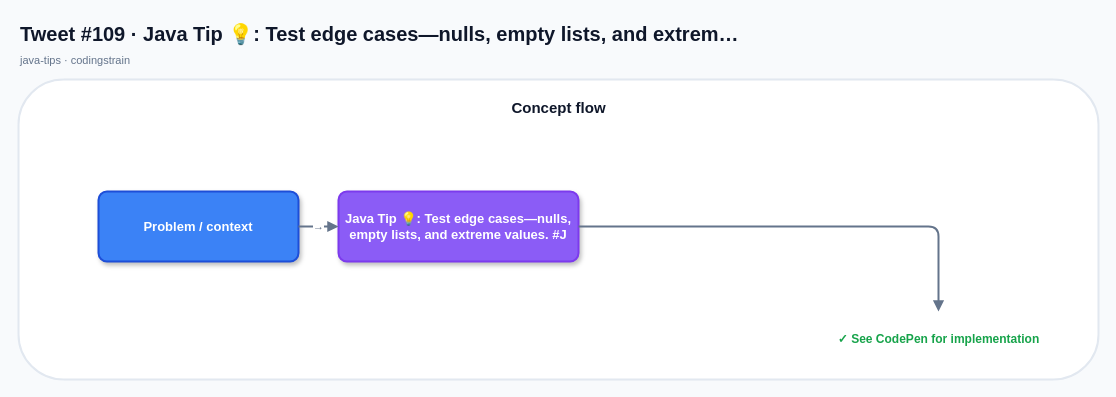
The draw.io diagram x-posts-examples/generated-x-posts/drawio/tweet-109.drawio in mcasari/codingstrain, before the edit. Source tidied: cells renumbered, new cells numbered last; positions are measured from the earlier drawing's top-left corner, leaving out a move shared by most shapes. Both pictures are drawn from the tidied source at 100%, with x=0, y=0 at pixel (18, 17).
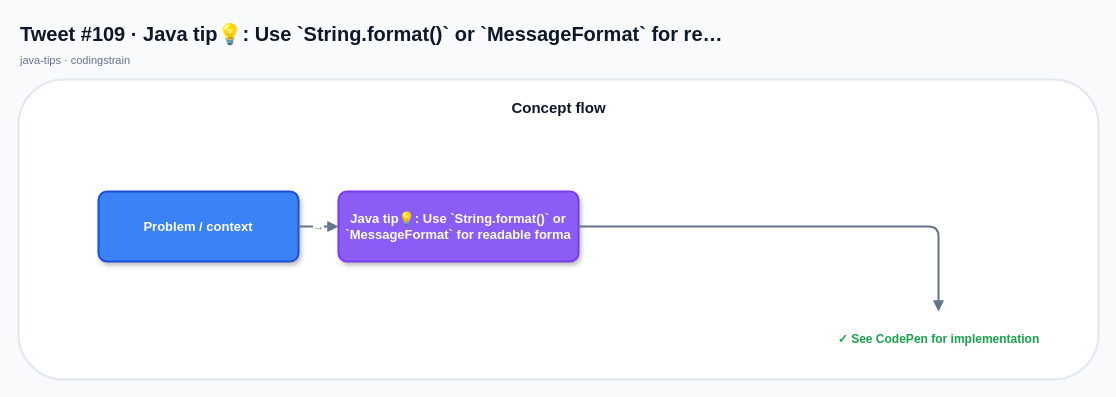
The same page after the edit.

The edit, as a diff of the source:
```diff
@@
 <mxGraphModel background="#F8FAFC">
   <root>
     <mxCell id="0" />
     <mxCell id="1" parent="0" />
-    <mxCell id="2" value="Tweet #109 · Java Tip 💡: Test edge cases—nulls, empty lists, and extrem…" style="text;html=1;strokeColor=none;fillColor=none;align=left;verticalAlign=middle;fontSize=20;fontStyle=1;fontColor=#0F172A;" parent="1" vertex="1">
+    <mxCell id="2" value="Tweet #109 · Java tip💡: Use `String.format()` or `MessageFormat` for re…" style="text;html=1;strokeColor=none;fillColor=none;align=left;verticalAlign=middle;fontSize=20;fontStyle=1;fontColor=#0F172A;" parent="1" vertex="1">
       <mxGeometry width="760" height="32" as="geometry" />
     </mxCell>
     <mxCell id="3" value="java-tips · codingstrain" style="text;html=1;strokeColor=none;fillColor=none;align=left;verticalAlign=middle;fontSize=11;fontStyle=0;fontColor=#64748B;" parent="1" vertex="1">
       <mxGeometry y="32" width="520" height="22" as="geometry" />
     </mxCell>
     <mxCell id="4" style="rounded=1;fillColor=#FFFFFF;strokeColor=#E2E8F0;strokeWidth=2;shadow=0;" parent="1" vertex="1">
       <mxGeometry y="62" width="1080" height="300" as="geometry" />
     </mxCell>
     <mxCell id="5" value="Concept flow" style="text;html=1;strokeColor=none;fillColor=none;align=center;verticalAlign=middle;fontSize=15;fontStyle=1;fontColor=#0F172A;" parent="1" vertex="1">
       <mxGeometry x="20" y="76" width="1040" height="28" as="geometry" />
     </mxCell>
     <mxCell id="6" value="Problem / context" style="rounded=1;whiteSpace=wrap;html=1;arcSize=12;fillColor=#3B82F6;strokeColor=#1D4ED8;strokeWidth=2;fontColor=#FFFFFF;fontSize=13;fontStyle=1;shadow=1;align=center;verticalAlign=middle;" parent="1" vertex="1">
       <mxGeometry x="80" y="174" width="200" height="70" as="geometry" />
     </mxCell>
-    <mxCell id="7" value="Java Tip 💡: Test edge cases—nulls, empty lists, and extreme values. #J" style="rounded=1;whiteSpace=wrap;html=1;arcSize=12;fillColor=#8B5CF6;strokeColor=#7C3AED;strokeWidth=2;fontColor=#FFFFFF;fontSize=13;fontStyle=1;shadow=1;align=center;verticalAlign=middle;" parent="1" vertex="1">
+    <mxCell id="7" value="Java tip💡: Use `String.format()` or `MessageFormat` for readable forma" style="rounded=1;whiteSpace=wrap;html=1;arcSize=12;fillColor=#8B5CF6;strokeColor=#7C3AED;strokeWidth=2;fontColor=#FFFFFF;fontSize=13;fontStyle=1;shadow=1;align=center;verticalAlign=middle;" parent="1" vertex="1">
       <mxGeometry x="320" y="174" width="240" height="70" as="geometry" />
     </mxCell>
     <mxCell id="8" value="→" style="edgeStyle=orthogonalEdgeStyle;rounded=1;jettySize=auto;html=1;endArrow=block;endFill=1;startArrow=none;strokeColor=#64748B;strokeWidth=2;fontColor=#64748B;fontSize=11;" parent="1" edge="1" source="6" target="7">
       <mxGeometry relative="1" as="geometry" />
     </mxCell>
     <mxCell id="9" value="✓ See CodePen for implementation" style="text;html=1;strokeColor=none;fillColor=none;align=center;verticalAlign=middle;fontSize=12;fontStyle=1;fontColor=#16A34A;" parent="1" vertex="1">
       <mxGeometry x="800" y="294" width="240" height="56" as="geometry" />
     </mxCell>
     <mxCell id="10" style="edgeStyle=orthogonalEdgeStyle;rounded=1;jettySize=auto;html=1;endArrow=block;endFill=1;startArrow=none;strokeColor=#64748B;strokeWidth=2;fontColor=#64748B;fontSize=11;" parent="1" edge="1" source="7" target="9">
       <mxGeometry relative="1" as="geometry" />
     </mxCell>
   </root>
 </mxGraphModel>
```
